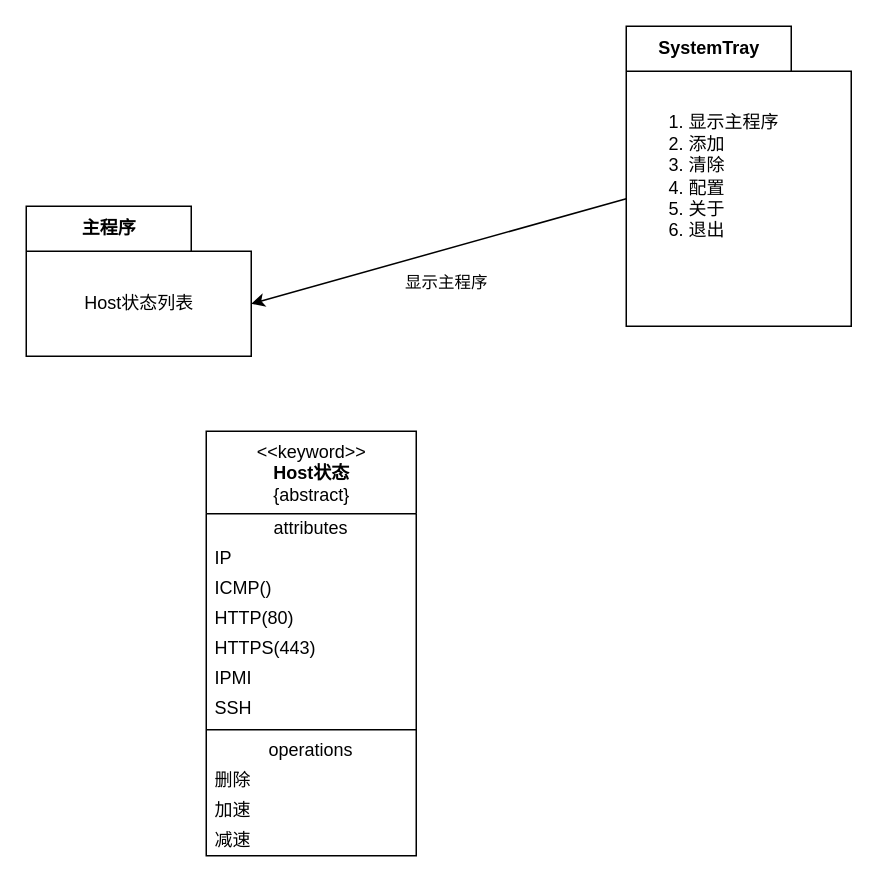
The draw.io diagram doc/design.drawio in JeffLi01/monitorhosts, before the edit. Source tidied: cells renumbered, new cells numbered last; positions are measured from the earlier drawing's top-left corner, leaving out a move shared by most shapes. Both pictures are drawn from the tidied source at 150%, with x=0, y=0 at pixel (26, 26).
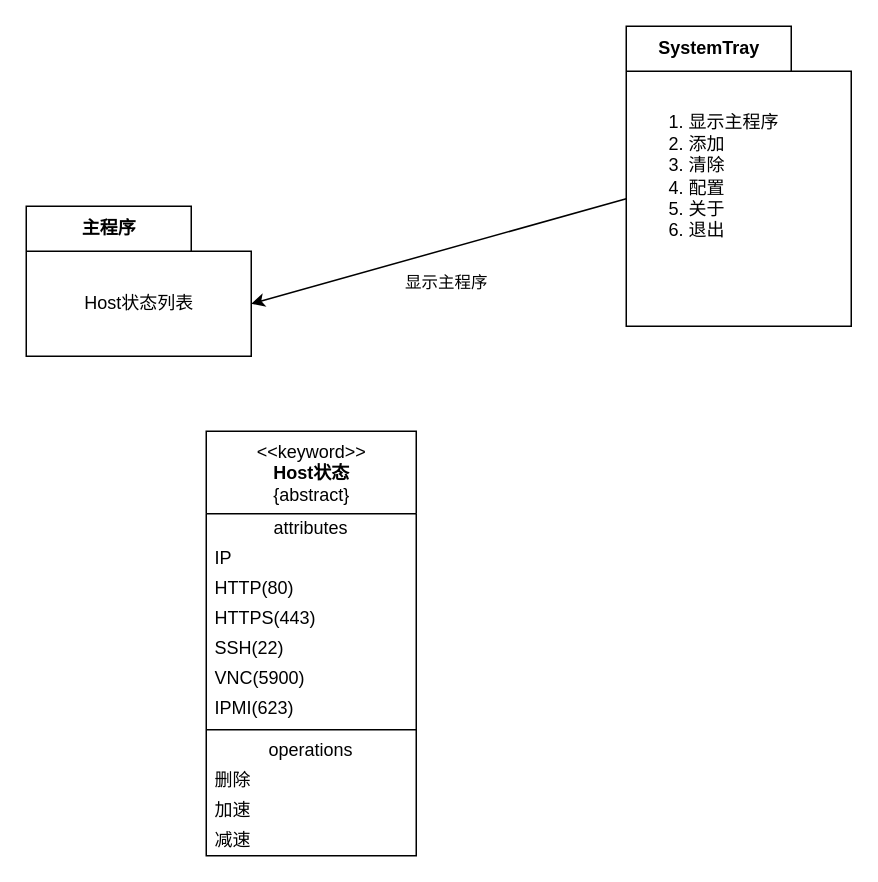
After the change.

The change refers to these unchanged cells:
```xml
<mxCell id="8" value="&amp;lt;&amp;lt;keyword&amp;gt;&amp;gt;&lt;br&gt;&lt;b&gt;Host状态&lt;/b&gt;&lt;br&gt;{abstract}" style="swimlane;fontStyle=0;align=center;verticalAlign=top;horizontal=1;startSize=55;html=1;" parent="1" vertex="1">
  <mxGeometry x="120" y="270" width="140" height="283" as="geometry" />
</mxCell>
```

Change to the diagram source:
```diff
@@
-    <mxCell id="11" value="ICMP()" style="text;html=1;strokeColor=none;fillColor=none;align=left;verticalAlign=middle;spacingLeft=4;spacingRight=4;overflow=hidden;" parent="8" vertex="1">
-      <mxGeometry y="95" width="140" height="20" as="geometry" />
-    </mxCell>
     <mxCell id="12" value="HTTP(80)" style="text;html=1;strokeColor=none;fillColor=none;align=left;verticalAlign=middle;spacingLeft=4;spacingRight=4;overflow=hidden;" parent="8" vertex="1">
-      <mxGeometry y="115" width="140" height="20" as="geometry" />
+      <mxGeometry y="95" width="140" height="20" as="geometry" />
     </mxCell>
     <mxCell id="13" value="HTTPS(443)" style="text;html=1;strokeColor=none;fillColor=none;align=left;verticalAlign=middle;spacingLeft=4;spacingRight=4;overflow=hidden;" parent="8" vertex="1">
-      <mxGeometry y="135" width="140" height="20" as="geometry" />
+      <mxGeometry y="115" width="140" height="20" as="geometry" />
     </mxCell>
+    <mxCell id="15" value="SSH(22)" style="text;html=1;strokeColor=none;fillColor=none;align=left;verticalAlign=middle;spacingLeft=4;spacingRight=4;overflow=hidden;" parent="8" vertex="1">
+      <mxGeometry y="135" width="140" height="20" as="geometry" />
+    </mxCell>
+    <mxCell id="21" value="VNC(5900)" style="text;html=1;strokeColor=none;fillColor=none;align=left;verticalAlign=middle;spacingLeft=4;spacingRight=4;overflow=hidden;" parent="8" vertex="1">
+      <mxGeometry y="155" width="140" height="20" as="geometry" />
+    </mxCell>
-    <mxCell id="14" value="IPMI" style="text;html=1;strokeColor=none;fillColor=none;align=left;verticalAlign=middle;spacingLeft=4;spacingRight=4;overflow=hidden;" parent="8" vertex="1">
-      <mxGeometry y="155" width="140" height="20" as="geometry" />
+    <mxCell id="14" value="IPMI(623)" style="text;html=1;strokeColor=none;fillColor=none;align=left;verticalAlign=middle;spacingLeft=4;spacingRight=4;overflow=hidden;" parent="8" vertex="1">
+      <mxGeometry y="175" width="140" height="20" as="geometry" />
     </mxCell>
-    <mxCell id="15" value="SSH" style="text;html=1;strokeColor=none;fillColor=none;align=left;verticalAlign=middle;spacingLeft=4;spacingRight=4;overflow=hidden;" parent="8" vertex="1">
-      <mxGeometry y="175" width="140" height="20" as="geometry" />
-    </mxCell>
```
